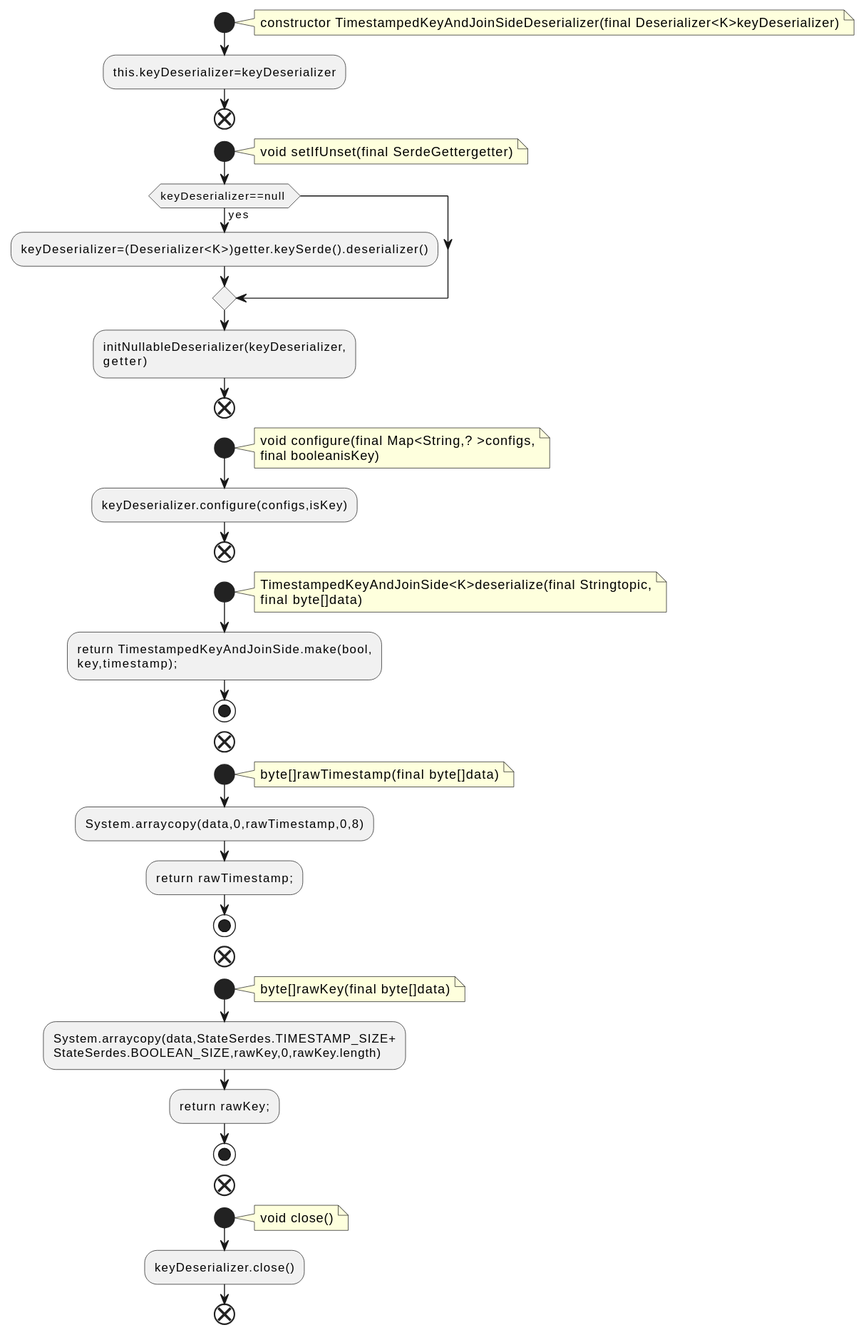
This is docs/qc/streams/src/main/java/org/apache/kafka/streams/state/internals/TimestampedKeyAndJoinSideDeserializer.java.fct.svg from qualitesys/kafka, a PlantUML export, as it was before one commit.
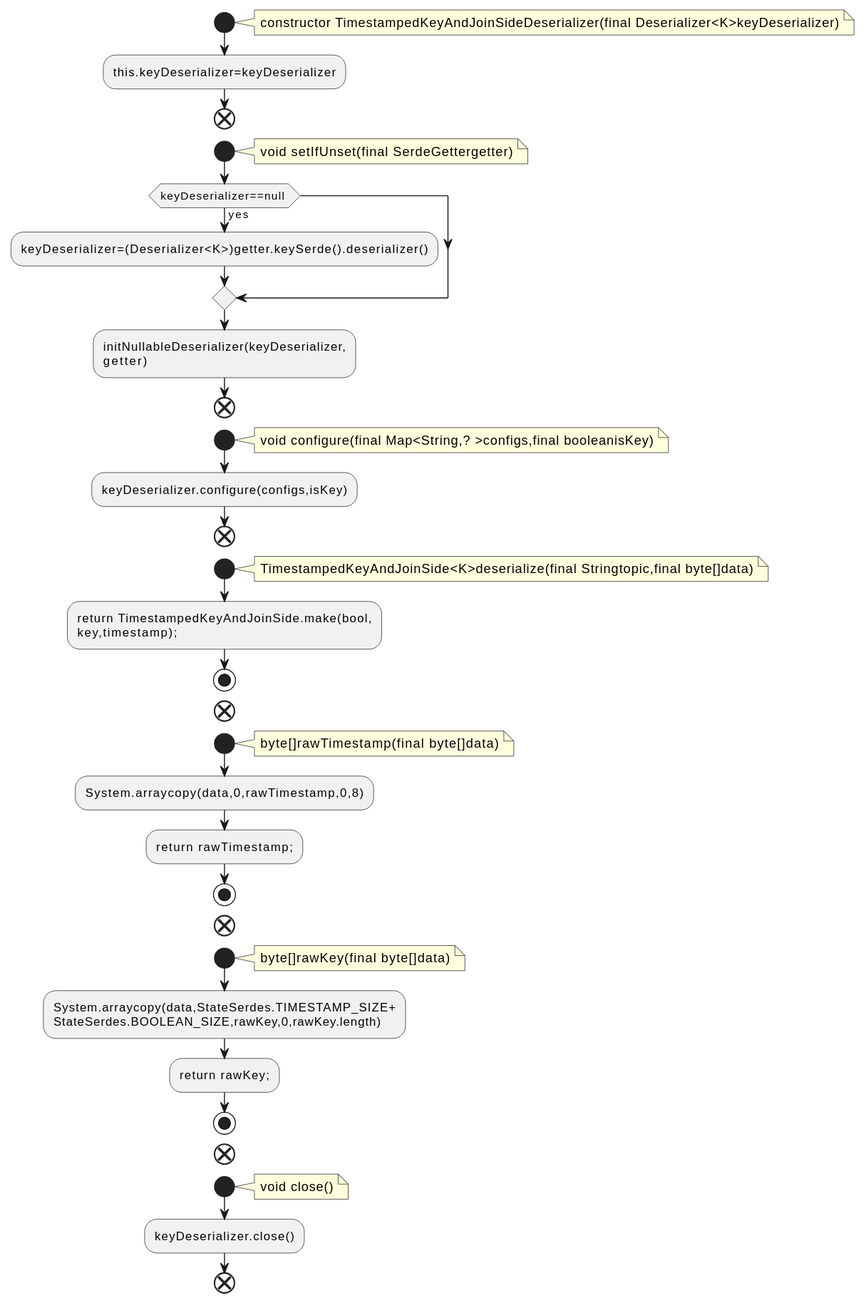
Later version of the same file.

Diff of the diagram source:
```diff
@@ -18,15 +18,13 @@
 end
 start
 note right
-void configure(final Map<String,? >configs,
-final booleanisKey)
+void configure(final Map<String,? >configs,final booleanisKey)
 end note
 :keyDeserializer.configure(configs,isKey);
 end
 start
 note right
-TimestampedKeyAndJoinSide<K>deserialize(final Stringtopic,
-final byte[]data)
+TimestampedKeyAndJoinSide<K>deserialize(final Stringtopic,final byte[]data)
 end note
 :return TimestampedKeyAndJoinSide.make(bool,
 key,timestamp);;
```
